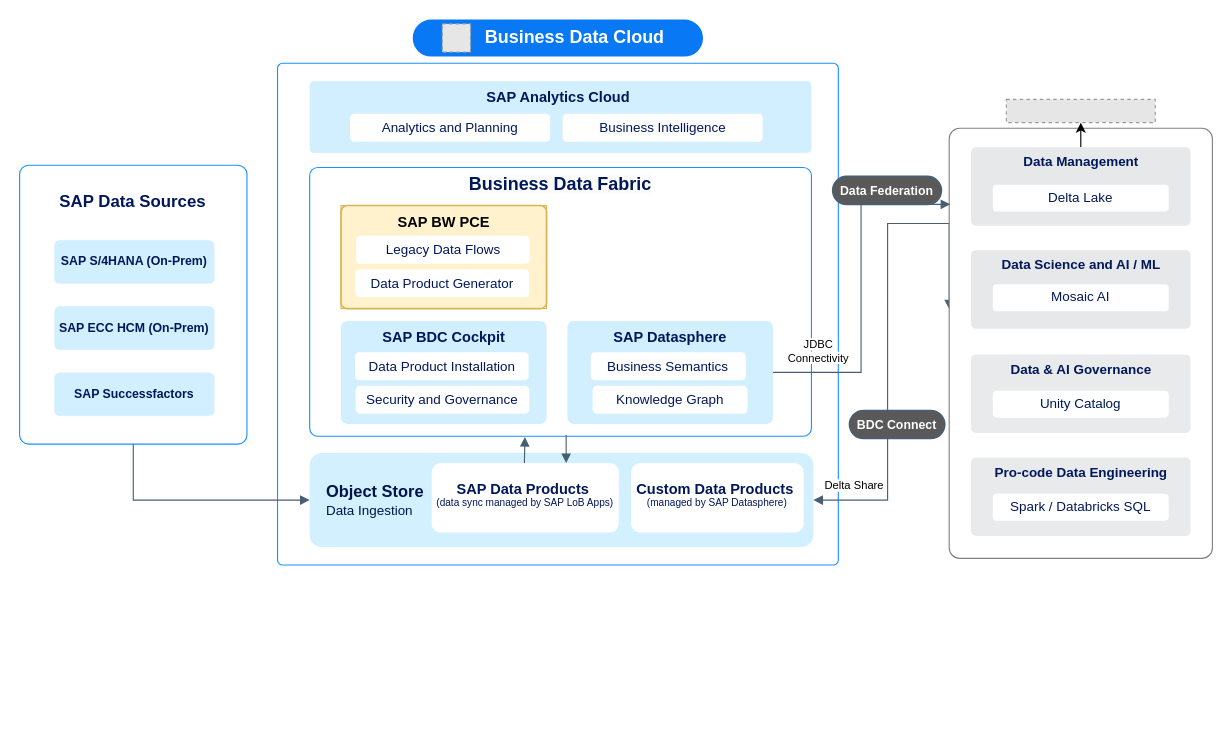
andremaron/SAP_public keeps this draw.io diagram as Ypsomed_BDC.drawio. Above is the earlier version. Source tidied: cells renumbered, new cells numbered last; positions are measured from the earlier drawing's top-left corner, leaving out a move shared by most shapes. Both pictures are drawn from the tidied source at 112%, with x=0, y=0 at pixel (19, 19). Pictures stored in the file or linked from it are replaced by grey dashed boxes.
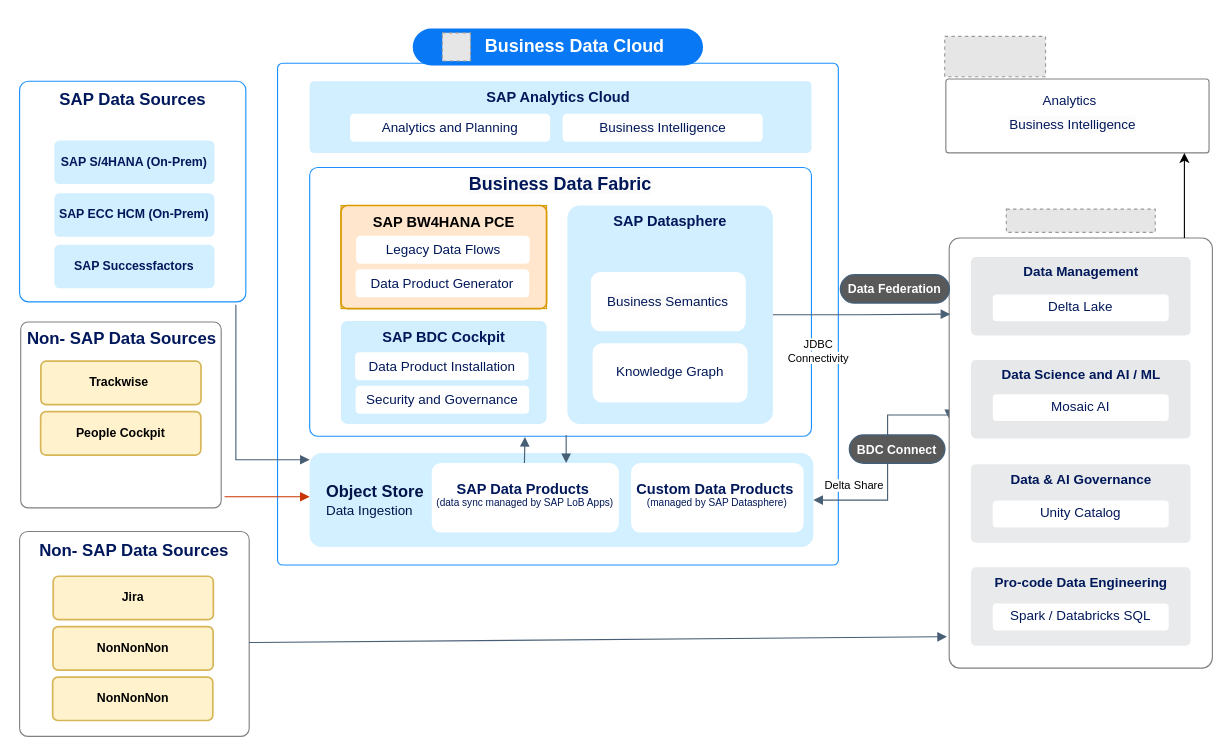
The same page after the edit.

Unchanged cells that the change refers to:
```xml
<mxCell id="3" value="&lt;p style=&quot;margin-top: 6.6pt; margin-bottom: 0pt; margin-left: 0in; direction: ltr; unicode-bidi: embed; vertical-align: baseline; word-break: normal;&quot;&gt;&lt;font style=&quot;&quot;&gt;&lt;span style=&quot;color: rgb(0, 20, 74); font-size: 11pt; font-family: &amp;quot;72 Brand Medium&amp;quot;;&quot;&gt;Object Store&lt;br&gt;&lt;/span&gt;&lt;font style=&quot;font-size: 12px;&quot; face=&quot;72 Brand&quot; color=&quot;#00144a&quot;&gt;&lt;span style=&quot;font-weight: 400;&quot;&gt;Data Ingestion&lt;/span&gt;&lt;/font&gt;&lt;/font&gt;&lt;/p&gt;" style="rounded=1;whiteSpace=wrap;html=1;align=left;fontStyle=1;verticalAlign=middle;strokeColor=none;fillColor=light-dark(#d2f0ff, #ededed);strokeWidth=1;fontSize=11;fontFamily=Arial;fontColor=#00185A;arcSize=13;gradientColor=none;gradientDirection=south;spacing=15;spacingTop=-8;" parent="1" vertex="1">
  <mxGeometry x="259" y="387" width="449.7" height="84" as="geometry" />
</mxCell>
```

Change to the diagram source:
```diff
@@
+    <mxCell id="51" value="&lt;p style=&quot;margin-top: 6pt ; margin-bottom: 0pt ; margin-left: 0in ; direction: ltr ; unicode-bidi: embed ; vertical-align: baseline ; word-break: normal ; font-size: 14px&quot;&gt;&lt;br&gt;&lt;/p&gt;" style="rounded=1;whiteSpace=wrap;html=1;align=center;fontStyle=1;verticalAlign=middle;strokeColor=light-dark(#808080,#8EA2B5);fillColor=default;strokeWidth=1;fontSize=12;fontFamily=Helvetica;fontColor=default;arcSize=4;" parent="1" vertex="1">
+      <mxGeometry x="827" y="53" width="235" height="66" as="geometry" />
+    </mxCell>
@@
     <mxCell id="5" style="rounded=1;whiteSpace=wrap;html=1;align=center;fontStyle=1;verticalAlign=middle;strokeColor=light-dark(#1b91ff, #6a6a6a);fillColor=default;strokeWidth=1;fontSize=12;fontFamily=Helvetica;fontColor=default;arcSize=4;" parent="1" vertex="1">
-      <mxGeometry y="130" width="203" height="249" as="geometry" />
+      <mxGeometry y="55" width="202" height="197" as="geometry" />
     </mxCell>
     <mxCell id="6" value="&lt;span style=&quot;font-weight: 700;&quot;&gt;SAP Data Sources&lt;/span&gt;" style="text;whiteSpace=wrap;html=1;fillColor=none;fontColor=light-dark(#00185b, #ededed);fontSize=15;" parent="1" vertex="1">
-      <mxGeometry x="34" y="147" width="148" height="27" as="geometry" />
+      <mxGeometry x="34" y="56" width="148" height="27" as="geometry" />
     </mxCell>
@@
     <mxCell id="8" value="&lt;font&gt;&lt;span&gt;SAP&lt;/span&gt;&lt;/font&gt;&lt;font&gt;&lt;span&gt;&amp;nbsp;S/4HANA (On-Prem)&lt;/span&gt;&lt;/font&gt;" style="rounded=1;whiteSpace=wrap;html=1;strokeColor=none;strokeWidth=1.5;fillColor=#D1EFFF;align=center;verticalAlign=middle;fontSize=11;fontFamily=Helvetica;fontColor=light-dark(#00185A,#CCDDFF);arcSize=12;flipV=0;flipH=1;fontStyle=1;gradientColor=none;gradientDirection=south;" parent="1" vertex="1">
-      <mxGeometry x="31" y="197" width="143" height="38.8" as="geometry" />
+      <mxGeometry x="31" y="108" width="143" height="38.8" as="geometry" />
     </mxCell>
     <mxCell id="9" value="&lt;font&gt;&lt;span&gt;SAP ECC HCM (On-Prem)&lt;/span&gt;&lt;/font&gt;" style="rounded=1;whiteSpace=wrap;html=1;strokeColor=none;strokeWidth=1.5;fillColor=#D1EFFF;align=center;verticalAlign=middle;fontSize=11;fontFamily=Helvetica;fontColor=light-dark(#00185A,#CCDDFF);arcSize=12;flipV=0;flipH=1;fontStyle=1;gradientColor=none;gradientDirection=south;" parent="1" vertex="1">
-      <mxGeometry x="31" y="256" width="143" height="38.8" as="geometry" />
+      <mxGeometry x="31" y="155" width="143" height="38.8" as="geometry" />
     </mxCell>
     <mxCell id="10" value="SAP Successfactors" style="rounded=1;whiteSpace=wrap;html=1;strokeColor=none;strokeWidth=1.5;fillColor=#D1EFFF;align=center;verticalAlign=middle;fontSize=11;fontFamily=Helvetica;fontColor=light-dark(#00185A,#CCDDFF);arcSize=12;flipV=0;flipH=1;fontStyle=1;gradientColor=none;gradientDirection=south;" parent="1" vertex="1">
-      <mxGeometry x="31" y="315" width="143" height="38.8" as="geometry" />
+      <mxGeometry x="31" y="201" width="143" height="38.8" as="geometry" />
     </mxCell>
-    <mxCell id="11" style="edgeStyle=orthogonalEdgeStyle;rounded=0;jettySize=auto;html=1;strokeColor=light-dark(#475E74,#EDEDED);strokeWidth=1;endArrow=block;endFill=1;exitX=0.5;exitY=1;exitDx=0;exitDy=0;startFill=0;entryX=0;entryY=0.5;entryDx=0;entryDy=0;" parent="1" edge="1" source="5" target="3">
+    <mxCell id="11" style="edgeStyle=orthogonalEdgeStyle;rounded=0;jettySize=auto;html=1;strokeColor=light-dark(#475E74,#EDEDED);strokeWidth=1;endArrow=block;endFill=1;startFill=0;entryX=0;entryY=0.5;entryDx=0;entryDy=0;exitX=0.956;exitY=1.013;exitDx=0;exitDy=0;exitPerimeter=0;" parent="1" edge="1" source="5">
       <mxGeometry relative="1" as="geometry">
+        <mxPoint x="259" y="393" as="targetPoint" />
         <Array as="points">
-          <mxPoint x="102" y="429" />
+          <mxPoint x="193" y="393" />
         </Array>
       </mxGeometry>
     </mxCell>
@@
-    <mxCell id="13" style="group;fillColor=#FFFFCC;strokeColor=#d6b656;" parent="1" vertex="1">
+    <mxCell id="13" style="group;fillColor=#ffe6cc;strokeColor=#d79b00;" parent="1" vertex="1">
       <mxGeometry x="287" y="166" width="183.5" height="92" as="geometry" />
     </mxCell>
-    <mxCell id="14" value="&lt;p style=&quot;margin-top: 0pt; margin-bottom: 0pt; margin-left: 0in; direction: ltr; unicode-bidi: embed; word-break: normal;&quot;&gt;&lt;/p&gt;&lt;div style=&quot;line-height: 150%;&quot;&gt;&lt;p style=&quot;margin-top: 6.6pt; margin-bottom: 0pt; margin-left: 0in; direction: ltr; unicode-bidi: embed; vertical-align: baseline; word-break: normal;&quot;&gt;&lt;span style=&quot;font-family: &amp;quot;72 Brand Medium&amp;quot;;&quot;&gt;SAP BW PCE&lt;/span&gt;&lt;/p&gt;&lt;/div&gt;&lt;p&gt;&lt;/p&gt;" style="rounded=1;whiteSpace=wrap;html=1;strokeColor=#d6b656;strokeWidth=1.5;fillColor=#fff2cc;align=center;verticalAlign=top;fontStyle=1;fontSize=13;fontFamily=Arial;spacing=0;spacingTop=-8;arcSize=6;flipV=0;flipH=0;" parent="13" vertex="1">
+    <mxCell id="14" value="&lt;p style=&quot;margin-top: 0pt; margin-bottom: 0pt; margin-left: 0in; direction: ltr; unicode-bidi: embed; word-break: normal;&quot;&gt;&lt;/p&gt;&lt;div style=&quot;line-height: 150%;&quot;&gt;&lt;p style=&quot;margin-top: 6.6pt; margin-bottom: 0pt; margin-left: 0in; direction: ltr; unicode-bidi: embed; vertical-align: baseline; word-break: normal;&quot;&gt;&lt;span style=&quot;font-family: &amp;quot;72 Brand Medium&amp;quot;;&quot;&gt;SAP BW4HANA PCE&lt;/span&gt;&lt;/p&gt;&lt;/div&gt;&lt;p&gt;&lt;/p&gt;" style="rounded=1;whiteSpace=wrap;html=1;strokeColor=#d79b00;strokeWidth=1.5;fillColor=#ffe6cc;align=center;verticalAlign=top;fontStyle=1;fontSize=13;fontFamily=Arial;spacing=0;spacingTop=-8;arcSize=6;flipV=0;flipH=0;" parent="13" vertex="1">
       <mxGeometry width="183.5" height="92" as="geometry" />
     </mxCell>
@@
     <mxCell id="21" style="group;" parent="1" vertex="1">
-      <mxGeometry x="489.1" y="269" width="183.5" height="92" as="geometry" />
+      <mxGeometry x="489.1" y="166" width="183.5" height="195" as="geometry" />
     </mxCell>
     <mxCell id="22" value="&lt;p style=&quot;margin-top: 0pt; margin-bottom: 0pt; margin-left: 0in; direction: ltr; unicode-bidi: embed; word-break: normal;&quot;&gt;&lt;/p&gt;&lt;span style=&quot;font-family: Helvetica;&quot;&gt;SAP Datasphere&lt;/span&gt;&lt;p&gt;&lt;/p&gt;" style="rounded=1;whiteSpace=wrap;html=1;strokeColor=none;strokeWidth=1.5;fillColor=#D1EFFF;align=center;verticalAlign=top;fontStyle=1;fontSize=13;fontFamily=Arial;fontColor=#00185A;spacing=0;spacingTop=2;arcSize=6;flipV=0;flipH=0;gradientColor=none;" parent="21" vertex="1">
-      <mxGeometry width="183.5" height="92" as="geometry" />
+      <mxGeometry width="183.5" height="195" as="geometry" />
     </mxCell>
     <mxCell id="23" value="&lt;span style=&quot;text-align: left;&quot;&gt;Knowledge Graph&lt;/span&gt;" style="rounded=1;whiteSpace=wrap;html=1;strokeColor=none;strokeWidth=1.5;fillColor=#FFFFFF;align=center;verticalAlign=middle;fontStyle=0;fontSize=12;fontFamily=Arial;fontColor=#00185A;spacing=0;spacingTop=0;arcSize=16;flipV=0;flipH=0;" parent="21" vertex="1">
-      <mxGeometry x="22.5" y="58" width="138.4" height="25" as="geometry" />
+      <mxGeometry x="22.5" y="122.9" width="138.4" height="53" as="geometry" />
     </mxCell>
     <mxCell id="24" value="&lt;span style=&quot;font-family: Helvetica; font-style: normal; font-variant-ligatures: normal; font-variant-caps: normal; letter-spacing: normal; orphans: 2; text-indent: 0px; text-transform: none; widows: 2; word-spacing: 0px; -webkit-text-stroke-width: 0px; white-space: normal; background-color: rgb(251, 251, 251); text-decoration-thickness: initial; text-decoration-style: initial; text-decoration-color: initial; float: none; display: inline !important;&quot;&gt;Business Semantics&lt;/span&gt;" style="rounded=1;whiteSpace=wrap;html=1;strokeColor=none;strokeWidth=1.5;fillColor=#FFFFFF;align=center;verticalAlign=middle;fontStyle=0;fontSize=12;fontFamily=Arial;fontColor=#00185A;spacing=0;spacingTop=0;arcSize=16;flipV=0;flipH=0;" parent="21" vertex="1">
-      <mxGeometry x="20.9" y="28" width="138.4" height="25" as="geometry" />
+      <mxGeometry x="20.9" y="59.3" width="138.4" height="53" as="geometry" />
     </mxCell>
     <mxCell id="25" style="group;" parent="1" vertex="1">
-      <mxGeometry x="351" width="259.2" height="33" as="geometry" />
+      <mxGeometry x="351" y="8" width="259.2" height="33" as="geometry" />
     </mxCell>
@@
     <mxCell id="28" style="edgeStyle=orthogonalEdgeStyle;rounded=0;jettySize=auto;html=1;endArrow=block;startFill=1;startArrow=block;endFill=1;entryX=1;entryY=0.5;entryDx=0;entryDy=0;strokeColor=#475E74;strokeWidth=1;align=center;verticalAlign=middle;fontFamily=Helvetica;fontSize=11;fontColor=default;labelBackgroundColor=default;exitX=0;exitY=0.421;exitDx=0;exitDy=0;exitPerimeter=0;" parent="1" edge="1" source="32" target="3">
       <mxGeometry relative="1" as="geometry">
         <Array as="points">
-          <mxPoint x="775" y="182" />
+          <mxPoint x="830" y="353" />
+          <mxPoint x="775" y="353" />
           <mxPoint x="775" y="429" />
         </Array>
       </mxGeometry>
     </mxCell>
@@
     <mxCell id="32" value="&lt;p style=&quot;margin-top: 6pt ; margin-bottom: 0pt ; margin-left: 0in ; direction: ltr ; unicode-bidi: embed ; vertical-align: baseline ; word-break: normal ; font-size: 14px&quot;&gt;&lt;br&gt;&lt;/p&gt;" style="rounded=1;whiteSpace=wrap;html=1;align=center;fontStyle=1;verticalAlign=middle;strokeColor=light-dark(#808080,#8EA2B5);fillColor=default;strokeWidth=1;fontSize=12;fontFamily=Helvetica;fontColor=default;arcSize=4;" parent="1" vertex="1">
-      <mxGeometry x="830" y="97" width="235" height="384" as="geometry" />
+      <mxGeometry x="830" y="195" width="235" height="384" as="geometry" />
     </mxCell>
     <mxCell id="33" style="fillColor=#E6E6E6;strokeColor=#999999;dashed=1;verticalLabelPosition=bottom;labelBackgroundColor=default;verticalAlign=top;" parent="1" vertex="1">
-      <mxGeometry x="881" y="71.2" width="133" height="20.8" as="geometry" />
+      <mxGeometry x="881" y="169.2" width="133" height="20.8" as="geometry" />
     </mxCell>
     <mxCell id="34" value="BDC Connect" style="rounded=1;whiteSpace=wrap;html=1;arcSize=68;fillColor=light-dark(#595959, #212121);fontColor=#FFFFFF;strokeColor=#475f75;fontFamily=Helvetica;fontSize=11;absoluteArcSize=1;strokeWidth=1.5;labelBackgroundColor=none;verticalAlign=middle;fontStyle=1;align=center;gradientColor=none;" parent="1" vertex="1">
-      <mxGeometry x="741" y="349" width="85" height="25" as="geometry" />
+      <mxGeometry x="741" y="371" width="85" height="25" as="geometry" />
     </mxCell>
@@
     <mxCell id="36" value="Data Federation" style="rounded=1;whiteSpace=wrap;html=1;arcSize=68;fillColor=light-dark(#595959, #212121);fontColor=#FFFFFF;strokeColor=#475f75;fontFamily=Helvetica;fontSize=11;absoluteArcSize=1;strokeWidth=1.5;labelBackgroundColor=none;verticalAlign=middle;fontStyle=1;align=center;gradientColor=none;" parent="1" vertex="1">
-      <mxGeometry x="726" y="140" width="97" height="25" as="geometry" />
+      <mxGeometry x="733" y="228" width="97" height="25" as="geometry" />
     </mxCell>
@@
-    <mxCell id="39" style="edgeStyle=orthogonalEdgeStyle;rounded=0;jettySize=auto;html=1;" parent="1" edge="1" source="40" target="33">
-      <mxGeometry relative="1" as="geometry" />
-    </mxCell>
     <mxCell id="40" value="&lt;div style=&quot;line-height: 240%;&quot;&gt;Data Management&lt;/div&gt;" style="rounded=1;whiteSpace=wrap;html=1;strokeColor=none;strokeWidth=1.5;fillColor=#E7E8E9;align=center;verticalAlign=top;fontStyle=1;fontSize=12;fontFamily=Arial;fontColor=#00185A;spacing=0;spacingTop=-6;arcSize=6;flipV=0;flipH=0;gradientColor=none;" parent="1" vertex="1">
-      <mxGeometry x="849.5" y="114" width="196" height="70" as="geometry" />
+      <mxGeometry x="849.5" y="212" width="196" height="70" as="geometry" />
     </mxCell>
     <mxCell id="41" value="&lt;span&gt;Delta Lake&lt;/span&gt;" style="rounded=1;whiteSpace=wrap;html=1;strokeColor=none;strokeWidth=1.5;fillColor=#FFFFFF;align=center;verticalAlign=middle;fontStyle=0;fontSize=12;fontFamily=Arial;fontColor=#00185A;spacing=0;spacingTop=0;arcSize=15;flipV=0;flipH=0;" parent="1" vertex="1">
-      <mxGeometry x="868.9" y="147.4" width="157.1" height="24" as="geometry" />
+      <mxGeometry x="868.9" y="245.4" width="157.1" height="24" as="geometry" />
     </mxCell>
     <mxCell id="42" value="&lt;div style=&quot;line-height: 240%;&quot;&gt;Data Science and AI / ML&lt;/div&gt;" style="rounded=1;whiteSpace=wrap;html=1;strokeColor=none;strokeWidth=1.5;fillColor=#E7E8E9;align=center;verticalAlign=top;fontStyle=1;fontSize=12;fontFamily=Arial;fontColor=#00185A;spacing=0;spacingTop=-6;arcSize=6;flipV=0;flipH=0;gradientColor=none;" parent="1" vertex="1">
-      <mxGeometry x="849.5" y="206" width="196" height="70" as="geometry" />
+      <mxGeometry x="849.5" y="304" width="196" height="70" as="geometry" />
     </mxCell>
     <mxCell id="43" value="&lt;span&gt;Mosaic AI&lt;/span&gt;" style="rounded=1;whiteSpace=wrap;html=1;strokeColor=none;strokeWidth=1.5;fillColor=#FFFFFF;align=center;verticalAlign=middle;fontStyle=0;fontSize=12;fontFamily=Arial;fontColor=#00185A;spacing=0;spacingTop=0;arcSize=15;flipV=0;flipH=0;" parent="1" vertex="1">
-      <mxGeometry x="868.9" y="236.4" width="157.1" height="24" as="geometry" />
+      <mxGeometry x="868.9" y="334.4" width="157.1" height="24" as="geometry" />
     </mxCell>
     <mxCell id="44" value="&lt;div style=&quot;line-height: 250%;&quot;&gt;Data &amp;amp; AI Governance&lt;/div&gt;" style="rounded=1;whiteSpace=wrap;html=1;strokeColor=none;strokeWidth=1.5;fillColor=#E7E8E9;align=center;verticalAlign=top;fontStyle=1;fontSize=12;fontFamily=Arial;fontColor=#00185A;spacing=0;spacingTop=-6;arcSize=6;flipV=0;flipH=0;gradientColor=none;opacity=90;" parent="1" vertex="1">
-      <mxGeometry x="849.5" y="299" width="196" height="70" as="geometry" />
+      <mxGeometry x="849.5" y="397" width="196" height="70" as="geometry" />
     </mxCell>
     <mxCell id="45" value="&lt;span&gt;Unity Catalog&lt;/span&gt;" style="rounded=1;whiteSpace=wrap;html=1;strokeColor=none;strokeWidth=1.5;fillColor=#FFFFFF;align=center;verticalAlign=middle;fontStyle=0;fontSize=12;fontFamily=Arial;fontColor=#00185A;spacing=0;spacingTop=0;arcSize=15;flipV=0;flipH=0;" parent="1" vertex="1">
-      <mxGeometry x="868.9" y="331.4" width="157.1" height="24" as="geometry" />
+      <mxGeometry x="868.9" y="429.4" width="157.1" height="24" as="geometry" />
     </mxCell>
     <mxCell id="46" value="&lt;div style=&quot;line-height: 250%;&quot;&gt;Pro-code Data Engineering&lt;/div&gt;" style="rounded=1;whiteSpace=wrap;html=1;strokeColor=none;strokeWidth=1.5;fillColor=#E7E8E9;align=center;verticalAlign=top;fontStyle=1;fontSize=12;fontFamily=Arial;fontColor=#00185A;spacing=0;spacingTop=-6;arcSize=6;flipV=0;flipH=0;gradientColor=none;opacity=90;" parent="1" vertex="1">
-      <mxGeometry x="849.5" y="391" width="196" height="70" as="geometry" />
+      <mxGeometry x="849.5" y="489" width="196" height="70" as="geometry" />
     </mxCell>
     <mxCell id="47" value="&lt;span&gt;Spark / Databricks SQL&lt;/span&gt;" style="rounded=1;whiteSpace=wrap;html=1;strokeColor=none;strokeWidth=1.5;fillColor=#FFFFFF;align=center;verticalAlign=middle;fontStyle=0;fontSize=12;fontFamily=Arial;fontColor=#00185A;spacing=0;spacingTop=0;arcSize=15;flipV=0;flipH=0;" parent="1" vertex="1">
-      <mxGeometry x="868.9" y="423.4" width="157.1" height="24" as="geometry" />
+      <mxGeometry x="868.9" y="521.4" width="157.1" height="24" as="geometry" />
     </mxCell>
@@
+    <mxCell id="52" value="&lt;p style=&quot;margin-top: 6pt ; margin-bottom: 0pt ; margin-left: 0in ; direction: ltr ; unicode-bidi: embed ; vertical-align: baseline ; word-break: normal ; font-size: 14px&quot;&gt;&lt;br&gt;&lt;/p&gt;" style="rounded=1;whiteSpace=wrap;html=1;align=center;fontStyle=1;verticalAlign=middle;strokeColor=light-dark(#808080,#8EA2B5);fillColor=default;strokeWidth=1;fontSize=12;fontFamily=Helvetica;fontColor=default;arcSize=4;" parent="1" vertex="1">
+      <mxGeometry y="457" width="205" height="183" as="geometry" />
+    </mxCell>
+    <mxCell id="53" style="rounded=0;orthogonalLoop=1;jettySize=auto;html=1;strokeColor=#C73500;strokeWidth=1;endArrow=block;endFill=1;startFill=0;entryX=0;entryY=0.5;entryDx=0;entryDy=0;fillColor=#fa6800;" parent="1" edge="1">
+      <mxGeometry relative="1" as="geometry">
+        <mxPoint x="183" y="426" as="sourcePoint" />
+        <mxPoint x="259" y="426" as="targetPoint" />
+      </mxGeometry>
+    </mxCell>
+    <mxCell id="54" value="Jira" style="rounded=1;whiteSpace=wrap;html=1;strokeColor=#d6b656;strokeWidth=1.5;fillColor=#fff2cc;align=center;verticalAlign=middle;fontSize=11;fontFamily=Helvetica;arcSize=12;flipV=0;flipH=1;fontStyle=1;gradientDirection=south;" parent="1" vertex="1">
+      <mxGeometry x="30" y="497" width="143" height="38.8" as="geometry" />
+    </mxCell>
+    <mxCell id="55" value="&lt;span style=&quot;font-weight: 700;&quot;&gt;Non- SAP Data Sources&lt;/span&gt;" style="text;whiteSpace=wrap;html=1;fillColor=none;fontColor=light-dark(#00185b, #ededed);fontSize=15;" parent="1" vertex="1">
+      <mxGeometry x="15.5" y="458" width="171.5" height="27" as="geometry" />
+    </mxCell>
+    <mxCell id="56" value="NonNonNon" style="rounded=1;whiteSpace=wrap;html=1;strokeColor=#d6b656;strokeWidth=1.5;fillColor=#fff2cc;align=center;verticalAlign=middle;fontSize=11;fontFamily=Helvetica;arcSize=12;flipV=0;flipH=1;fontStyle=1;gradientDirection=south;" parent="1" vertex="1">
+      <mxGeometry x="29.8" y="542" width="143" height="38.8" as="geometry" />
+    </mxCell>
+    <mxCell id="57" style="edgeStyle=orthogonalEdgeStyle;rounded=0;orthogonalLoop=1;jettySize=auto;html=1;exitX=0.5;exitY=1;exitDx=0;exitDy=0;" parent="1" edge="1" source="5" target="5">
+      <mxGeometry relative="1" as="geometry" />
+    </mxCell>
+    <mxCell id="58" style="rounded=0;jettySize=auto;html=1;strokeColor=light-dark(#475E74,#EDEDED);strokeWidth=1;endArrow=block;endFill=1;startFill=0;exitX=0.999;exitY=0.542;exitDx=0;exitDy=0;exitPerimeter=0;" parent="1" edge="1" source="52">
+      <mxGeometry relative="1" as="geometry">
+        <mxPoint x="828" y="551" as="targetPoint" />
+      </mxGeometry>
+    </mxCell>
+    <mxCell id="59" value="NonNonNon" style="rounded=1;whiteSpace=wrap;html=1;strokeColor=#d6b656;strokeWidth=1.5;fillColor=#fff2cc;align=center;verticalAlign=middle;fontSize=11;fontFamily=Helvetica;arcSize=12;flipV=0;flipH=1;fontStyle=1;gradientDirection=south;" parent="1" vertex="1">
+      <mxGeometry x="29.5" y="587" width="143" height="38.8" as="geometry" />
+    </mxCell>
+    <mxCell id="60" style="fillColor=#E6E6E6;strokeColor=#999999;dashed=1;verticalLabelPosition=bottom;labelBackgroundColor=default;verticalAlign=top;" parent="1" vertex="1">
+      <mxGeometry x="826" y="15" width="90" height="36" as="geometry" />
+    </mxCell>
+    <mxCell id="61" style="rounded=0;orthogonalLoop=1;jettySize=auto;html=1;" parent="1" edge="1">
+      <mxGeometry relative="1" as="geometry">
+        <mxPoint x="1040" y="195" as="sourcePoint" />
+        <mxPoint x="1040" y="119" as="targetPoint" />
+      </mxGeometry>
+    </mxCell>
+    <mxCell id="62" value="&lt;span style=&quot;font-family: Helvetica;&quot;&gt;Analytics&amp;nbsp;&lt;/span&gt;" style="rounded=1;whiteSpace=wrap;html=1;strokeColor=none;strokeWidth=1.5;fillColor=#FFFFFF;align=center;verticalAlign=middle;fontStyle=0;fontSize=12;fontFamily=Arial;fontColor=#00185A;spacing=0;spacingTop=0;arcSize=15;flipV=0;flipH=0;" parent="1" vertex="1">
+      <mxGeometry x="849.5" y="60" width="178.7" height="25" as="geometry" />
+    </mxCell>
+    <mxCell id="63" value="&lt;span style=&quot;color: rgb(0, 24, 90); font-family: Arial; font-size: 12px; font-style: normal; font-variant-ligatures: normal; font-variant-caps: normal; font-weight: 400; letter-spacing: normal; orphans: 2; text-align: left; text-indent: 0px; text-transform: none; widows: 2; word-spacing: 0px; -webkit-text-stroke-width: 0px; white-space: normal; background-color: rgb(251, 251, 251); text-decoration-thickness: initial; text-decoration-style: initial; text-decoration-color: initial; display: inline !important; float: none;&quot;&gt;Business Intelligence&lt;/span&gt;&lt;br style=&quot;forced-color-adjust: none; color: rgb(0, 24, 90); font-family: Arial; font-size: 12px; font-style: normal; font-variant-ligatures: normal; font-variant-caps: normal; font-weight: 400; letter-spacing: normal; orphans: 2; text-align: left; text-indent: 0px; text-transform: none; widows: 2; word-spacing: 0px; -webkit-text-stroke-width: 0px; white-space: normal; background-color: rgb(251, 251, 251); text-decoration-thickness: initial; text-decoration-style: initial; text-decoration-color: initial;&quot;&gt;" style="rounded=1;whiteSpace=wrap;html=1;strokeColor=none;strokeWidth=1.5;fillColor=#FFFFFF;align=center;verticalAlign=middle;fontStyle=0;fontSize=12;fontFamily=Arial;fontColor=#00185A;spacing=0;spacingTop=0;arcSize=15;flipV=0;flipH=0;" parent="1" vertex="1">
+      <mxGeometry x="851.3" y="81" width="178.7" height="25" as="geometry" />
+    </mxCell>
+    <mxCell id="64" value="&lt;p style=&quot;margin-top: 6pt ; margin-bottom: 0pt ; margin-left: 0in ; direction: ltr ; unicode-bidi: embed ; vertical-align: baseline ; word-break: normal ; font-size: 14px&quot;&gt;&lt;br&gt;&lt;/p&gt;" style="rounded=1;whiteSpace=wrap;html=1;align=center;fontStyle=1;verticalAlign=middle;strokeColor=light-dark(#808080,#8EA2B5);fillColor=default;strokeWidth=1;fontSize=12;fontFamily=Helvetica;fontColor=default;arcSize=4;" parent="1" vertex="1">
+      <mxGeometry x="1" y="270" width="179" height="166" as="geometry" />
+    </mxCell>
+    <mxCell id="65" value="Trackwise&amp;nbsp;" style="rounded=1;whiteSpace=wrap;html=1;strokeColor=#d6b656;strokeWidth=1.5;fillColor=#fff2cc;align=center;verticalAlign=middle;fontSize=11;fontFamily=Helvetica;arcSize=12;flipV=0;flipH=1;fontStyle=1;gradientDirection=south;" parent="1" vertex="1">
+      <mxGeometry x="19" y="305" width="143" height="38.8" as="geometry" />
+    </mxCell>
+    <mxCell id="66" value="&lt;span style=&quot;font-weight: 700;&quot;&gt;Non- SAP Data Sources&lt;/span&gt;" style="text;whiteSpace=wrap;html=1;fillColor=none;fontColor=light-dark(#00185b, #ededed);fontSize=15;" parent="1" vertex="1">
+      <mxGeometry x="4.5" y="269" width="171.5" height="27" as="geometry" />
+    </mxCell>
+    <mxCell id="67" value="People Cockpit" style="rounded=1;whiteSpace=wrap;html=1;strokeColor=#d6b656;strokeWidth=1.5;fillColor=#fff2cc;align=center;verticalAlign=middle;fontSize=11;fontFamily=Helvetica;arcSize=12;flipV=0;flipH=1;fontStyle=1;gradientDirection=south;" parent="1" vertex="1">
+      <mxGeometry x="18.8" y="350" width="143" height="38.8" as="geometry" />
+    </mxCell>
```
